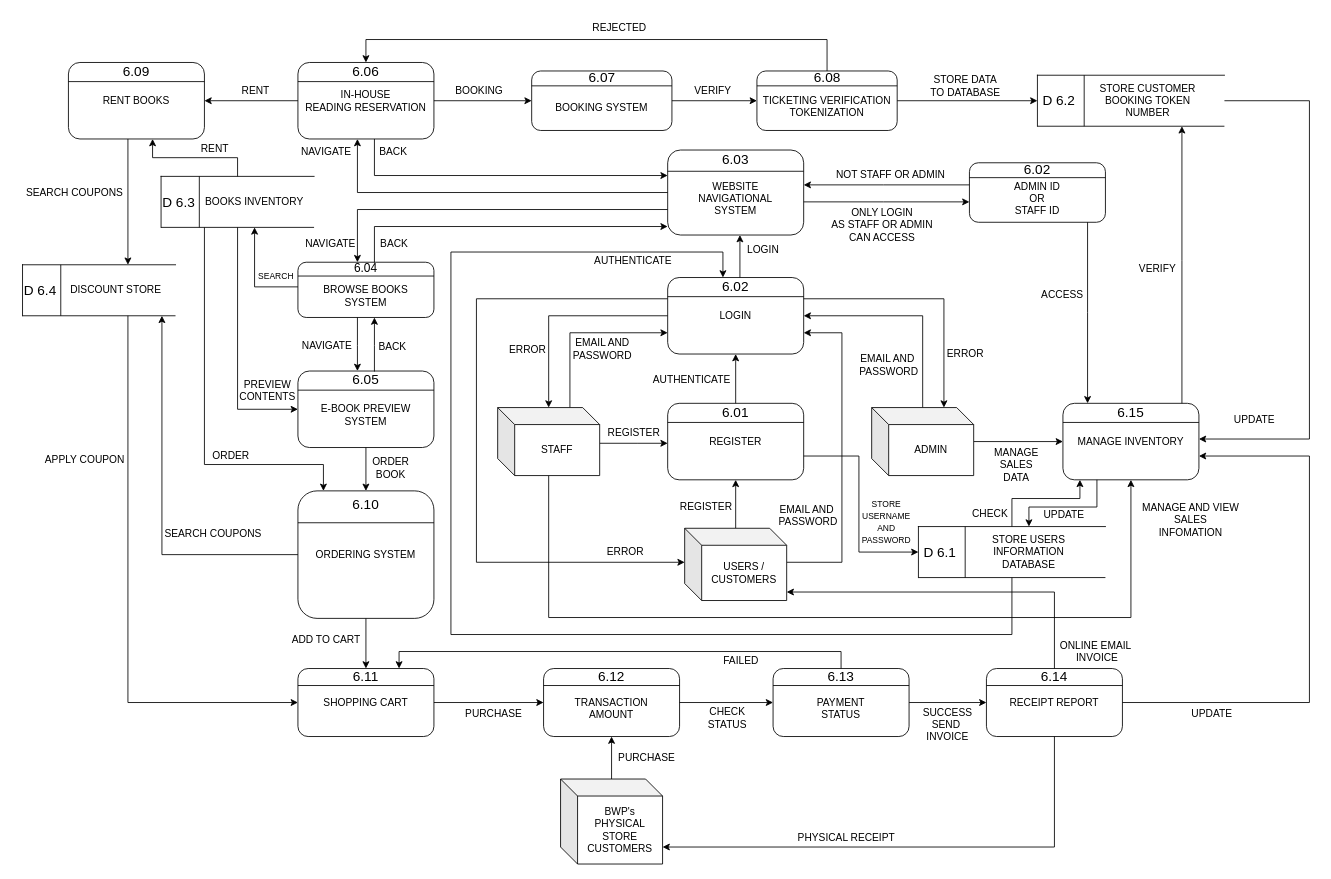
Earlier version of the draw.io diagram page "Level 1 DFD" (10 of 13) of SYAD Data Flow Diagram .drawio (AngJianming/Bookworm-Paradise-System-Analysis-And-Design). Source tidied: cells renumbered, new cells numbered last; positions are measured from the earlier drawing's top-left corner, leaving out a move shared by most shapes. Both pictures are drawn from the tidied source at 85%, with x=0, y=0 at pixel (14, 14).
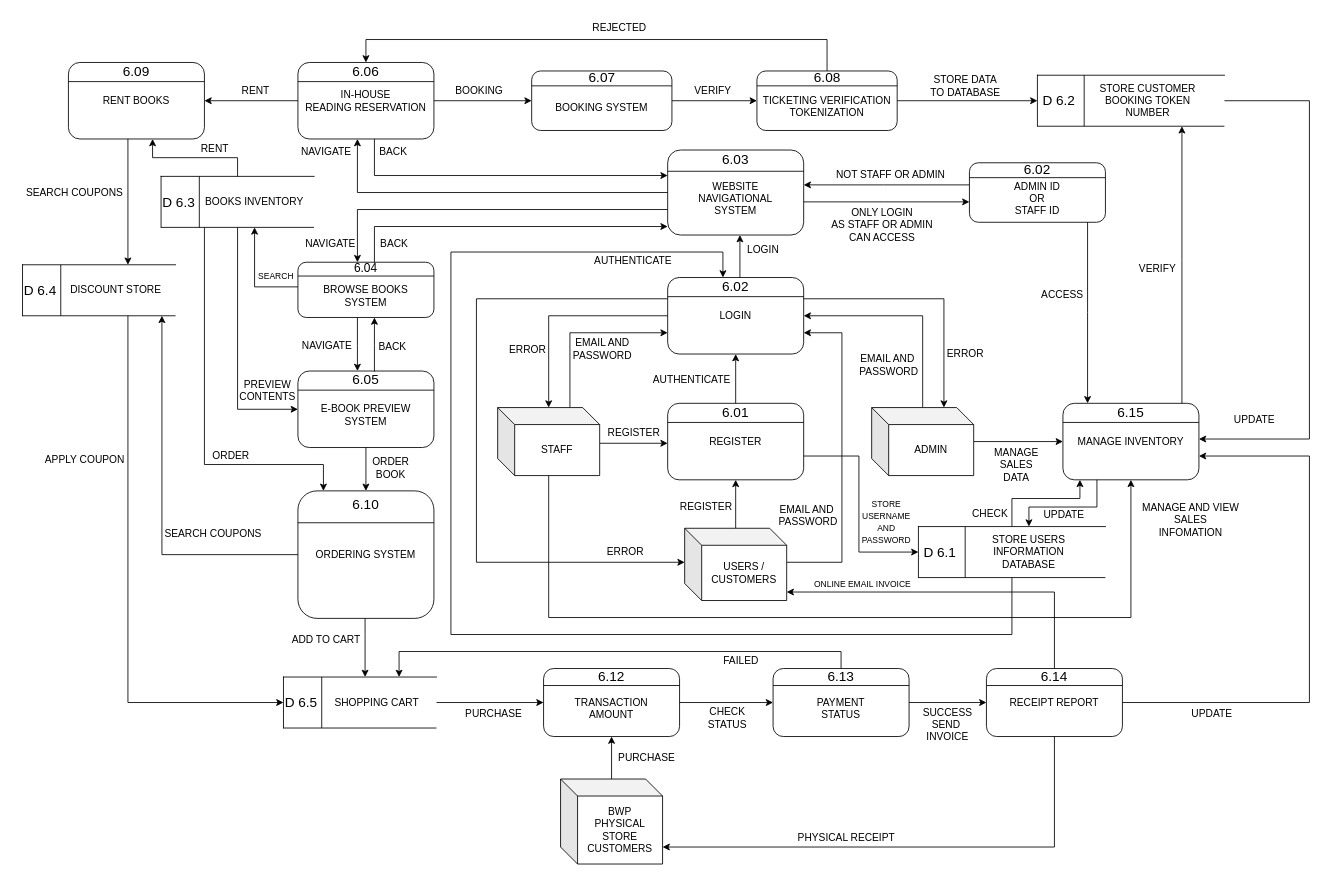
The same diagram, later.

The change refers to these unchanged cells:
```xml
<mxCell id="50" value="ORDERING SYSTEM" style="rounded=1;whiteSpace=wrap;html=1;" parent="49" vertex="1">
  <mxGeometry width="160" height="150" as="geometry" />
</mxCell>
```

Diff of the diagram source:
```diff
@@
-    <mxCell id="89" style="group;" parent="1" vertex="1">
-      <mxGeometry x="333" y="769" width="160" height="80" as="geometry" />
-    </mxCell>
-    <mxCell id="90" value="SHOPPING CART" style="rounded=1;whiteSpace=wrap;html=1;" parent="89" vertex="1">
-      <mxGeometry width="160" height="80" as="geometry" />
-    </mxCell>
-    <mxCell id="91" style="endArrow=none;html=1;rounded=0;exitX=0;exitY=0.25;exitDx=0;exitDy=0;entryX=1;entryY=0.25;entryDx=0;entryDy=0;" parent="89" edge="1" source="90" target="90">
-      <mxGeometry relative="1" as="geometry" />
-    </mxCell>
-    <mxCell id="92" value="&lt;span style=&quot;font-size: 16px;&quot;&gt;6.11&lt;/span&gt;" style="text;html=1;align=center;verticalAlign=middle;whiteSpace=wrap;rounded=0;" parent="89" vertex="1">
-      <mxGeometry x="50" y="0.5" width="60" height="16.4" as="geometry" />
-    </mxCell>
     <mxCell id="93" style="edgeStyle=orthogonalEdgeStyle;rounded=0;jettySize=auto;html=1;" parent="1" edge="1" source="50" target="90">
-      <mxGeometry relative="1" as="geometry" />
+      <mxGeometry relative="1" as="geometry">
+        <Array as="points">
+          <mxPoint x="412" y="729" />
+          <mxPoint x="412" y="729" />
+        </Array>
+      </mxGeometry>
     </mxCell>
@@
-    <mxCell id="122" value="ONLINE EMAIL&amp;nbsp;&lt;div&gt;INVOICE&lt;/div&gt;" style="text;html=1;align=center;verticalAlign=middle;strokeColor=none;fillColor=none;" parent="1" vertex="1">
-      <mxGeometry x="1218" y="729" width="110" height="40" as="geometry" />
+    <mxCell id="122" value="&lt;font style=&quot;font-size: 10px;&quot;&gt;ONLINE EMAIL&amp;nbsp;&lt;/font&gt;&lt;span style=&quot;font-size: 10px; background-color: initial;&quot;&gt;INVOICE&lt;/span&gt;" style="text;html=1;align=center;verticalAlign=middle;strokeColor=none;fillColor=none;" parent="1" vertex="1">
+      <mxGeometry x="927" y="655" width="140" height="30" as="geometry" />
     </mxCell>
@@
-    <mxCell id="126" value="&lt;div&gt;BWP's&lt;/div&gt;PHYSICAL STORE CUSTOMERS" style="shape=cube;whiteSpace=wrap;html=1;boundedLbl=1;backgroundOutline=1;darkOpacity=0.05;darkOpacity2=0.1;" parent="1" vertex="1">
+    <mxCell id="126" value="&lt;div&gt;BWP&lt;/div&gt;PHYSICAL STORE CUSTOMERS" style="shape=cube;whiteSpace=wrap;html=1;boundedLbl=1;backgroundOutline=1;darkOpacity=0.05;darkOpacity2=0.1;" parent="1" vertex="1">
       <mxGeometry x="642" y="899" width="120" height="100" as="geometry" />
     </mxCell>
@@
+    <mxCell id="188" style="group;" parent="1" vertex="1">
+      <mxGeometry x="316" y="779" width="180" height="60" as="geometry" />
+    </mxCell>
+    <mxCell id="90" value="&lt;blockquote style=&quot;margin: 0 0 0 40px; border: none; padding: 0px;&quot;&gt;SHOPPING CART&lt;/blockquote&gt;" style="shape=partialRectangle;whiteSpace=wrap;html=1;bottom=0;right=0;fillColor=none;" parent="188" vertex="1">
+      <mxGeometry width="180" height="60" as="geometry" />
+    </mxCell>
+    <mxCell id="189" style="endArrow=none;html=1;rounded=0;exitX=0;exitY=1;exitDx=0;exitDy=0;entryX=1;entryY=1;entryDx=0;entryDy=0;" parent="188" edge="1" source="90" target="90">
+      <mxGeometry relative="1" as="geometry" />
+    </mxCell>
+    <mxCell id="190" style="endArrow=none;html=1;rounded=0;entryX=0.25;entryY=0;entryDx=0;entryDy=0;exitX=0.25;exitY=1;exitDx=0;exitDy=0;" parent="188" edge="1" source="90" target="90">
+      <mxGeometry relative="1" as="geometry" />
+    </mxCell>
+    <mxCell id="191" value="&lt;span style=&quot;font-size: 16px;&quot;&gt;D 6.5&lt;/span&gt;" style="text;html=1;align=center;verticalAlign=middle;whiteSpace=wrap;rounded=0;" parent="188" vertex="1">
+      <mxGeometry y="15" width="41.5" height="30" as="geometry" />
+    </mxCell>
```
